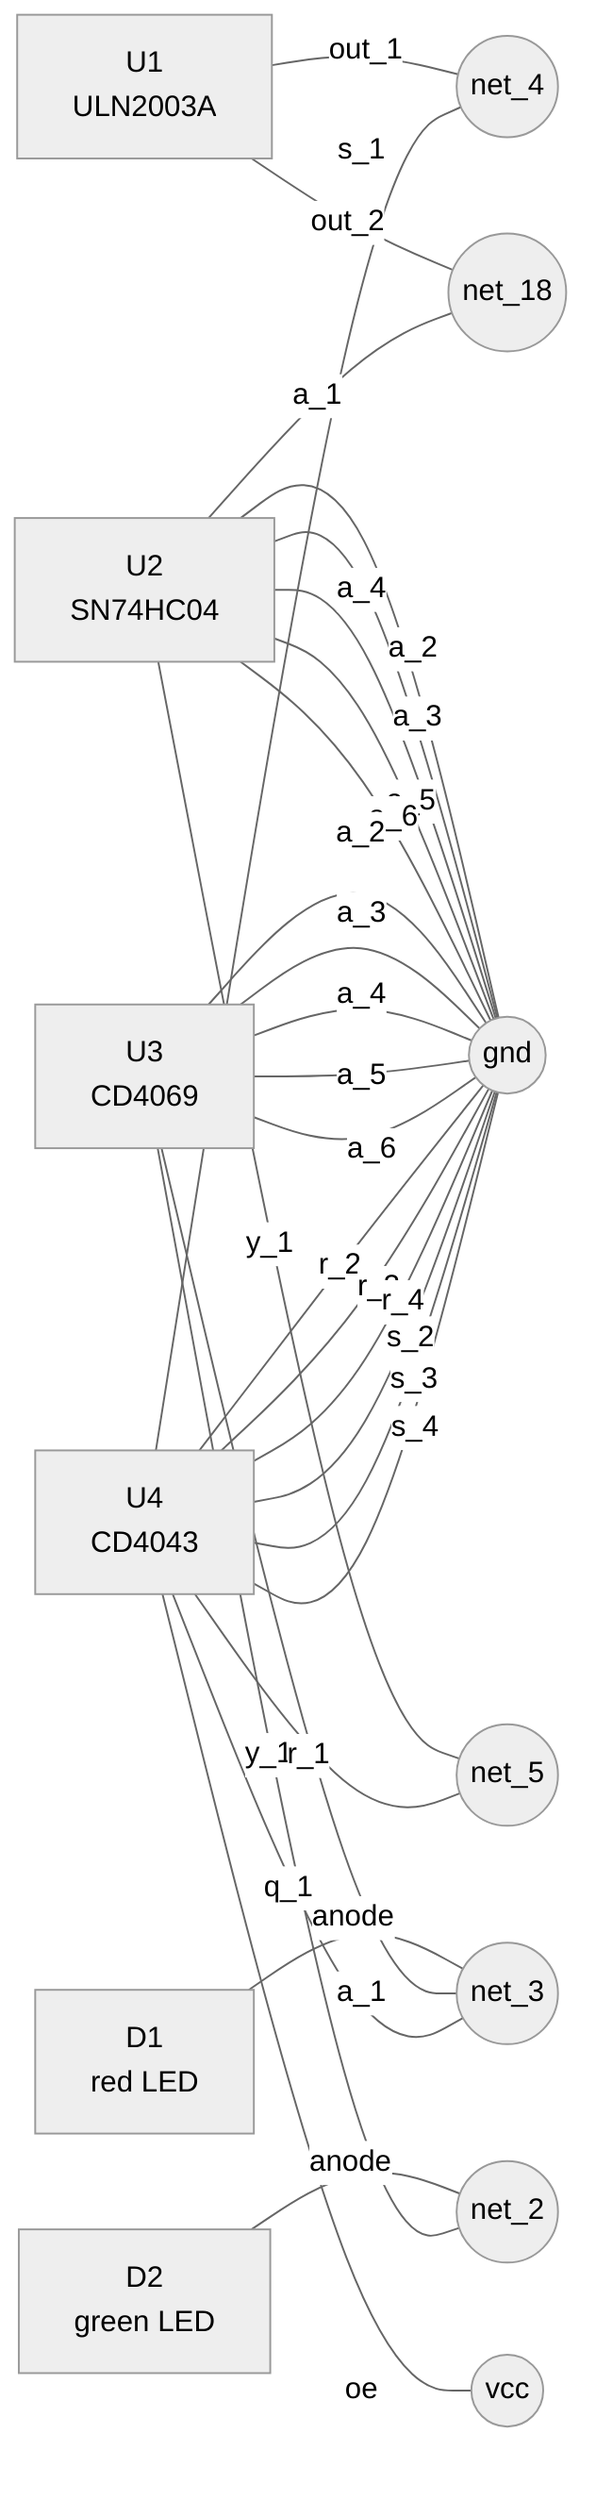
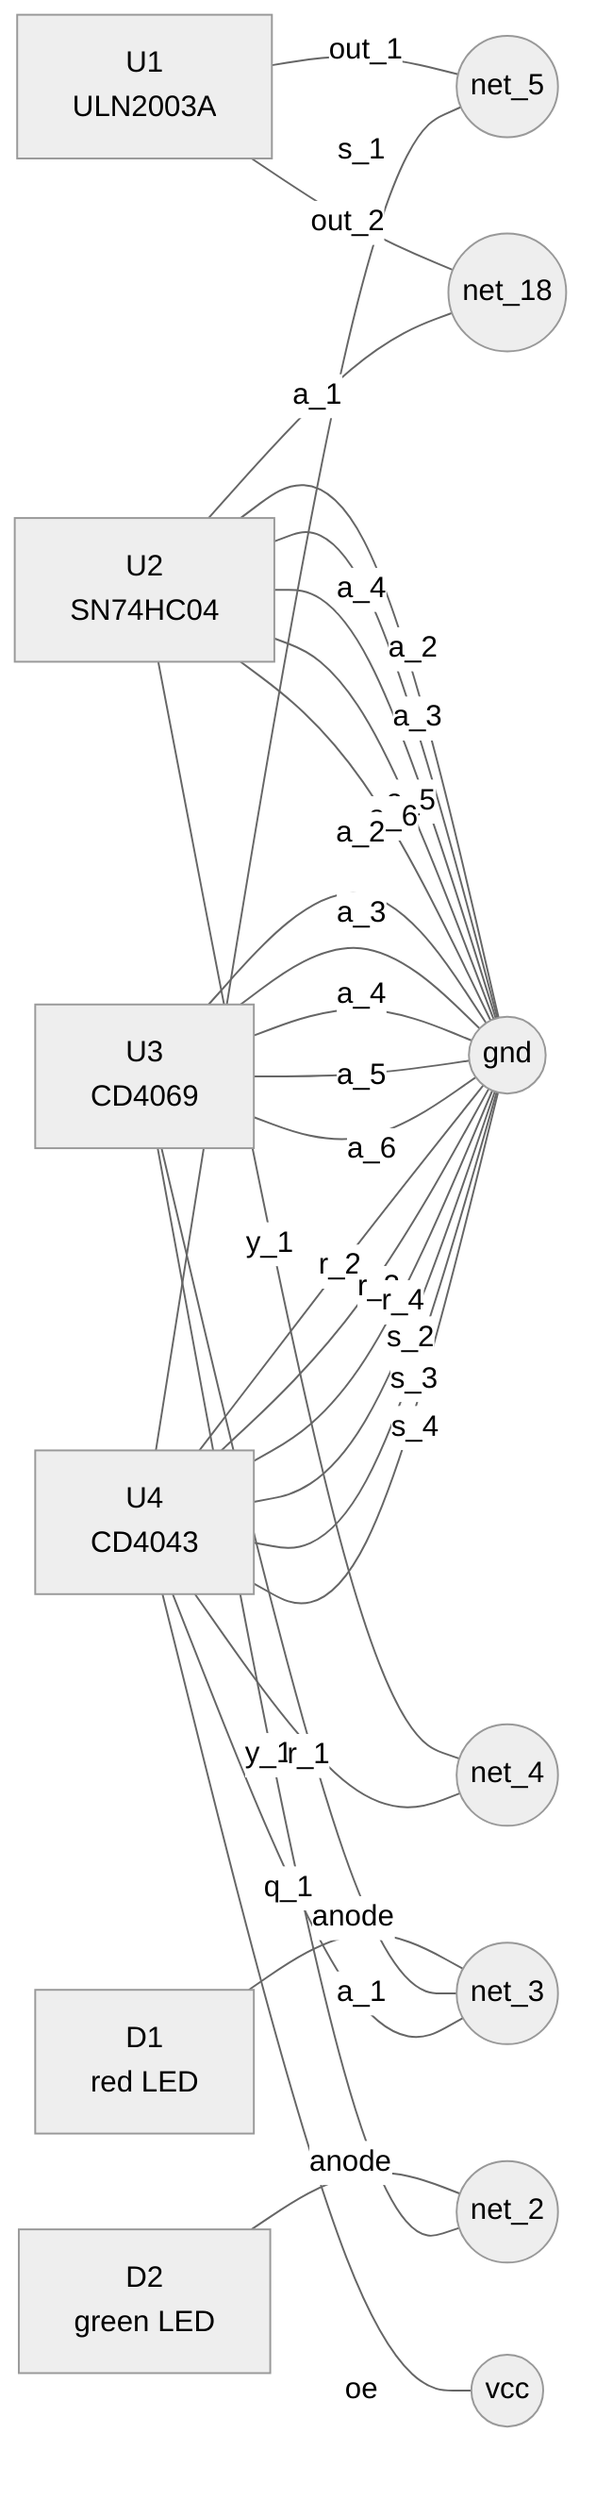
%%{init: {"theme": "neutral"}}%%
flowchart LR
    U1["U1<br/>ULN2003A"]
    U2["U2<br/>SN74HC04"]
    U3["U3<br/>CD4069"]
    U4["U4<br/>CD4043"]
    D1["D1<br/>red LED"]
    D2["D2<br/>green LED"]
    net_3(("net_3"))
    net_2(("net_2"))
-     net_4(("net_4"))
+     net_5(("net_5"))
    net_18(("net_18"))
    gnd(("gnd"))
-     net_5(("net_5"))
+     net_4(("net_4"))
    vcc(("vcc"))
    D1 ---|"anode"| net_3
    D2 ---|"anode"| net_2
-     U1 ---|"out_1"| net_4
+     U1 ---|"out_1"| net_5
    U1 ---|"out_2"| net_18
    U2 ---|"a_1"| net_18
    U2 ---|"a_2"| gnd
    U2 ---|"a_3"| gnd
    U2 ---|"a_4"| gnd
    U2 ---|"a_5"| gnd
    U2 ---|"a_6"| gnd
-     U2 ---|"y_1"| net_5
+     U2 ---|"y_1"| net_4
    U3 ---|"a_1"| net_3
    U3 ---|"a_2"| gnd
    U3 ---|"a_3"| gnd
    U3 ---|"a_4"| gnd
    U3 ---|"a_5"| gnd
    U3 ---|"a_6"| gnd
    U3 ---|"y_1"| net_2
    U4 ---|"oe"| vcc
    U4 ---|"q_1"| net_3
-     U4 ---|"r_1"| net_5
+     U4 ---|"r_1"| net_4
    U4 ---|"r_2"| gnd
    U4 ---|"r_3"| gnd
    U4 ---|"r_4"| gnd
-     U4 ---|"s_1"| net_4
+     U4 ---|"s_1"| net_5
    U4 ---|"s_2"| gnd
    U4 ---|"s_3"| gnd
    U4 ---|"s_4"| gnd
